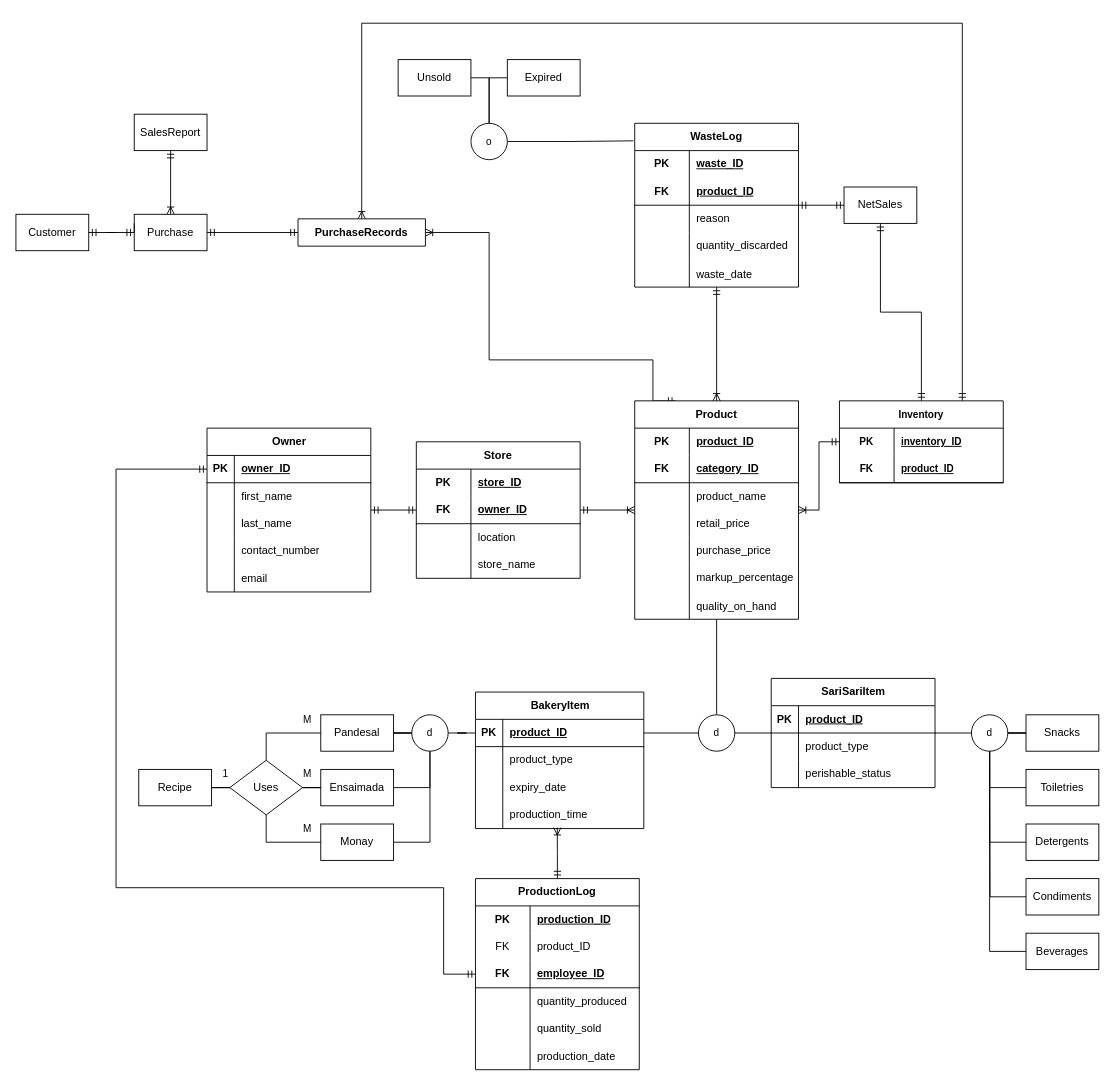
Above: Reworked ERD.drawio in ConnedMaster/ITS131P (draw.io), before the change. Source tidied: cells renumbered, new cells numbered last; positions are measured from the earlier drawing's top-left corner, leaving out a move shared by most shapes. Both pictures are drawn from the tidied source at 91%, with x=0, y=0 at pixel (15, 23).
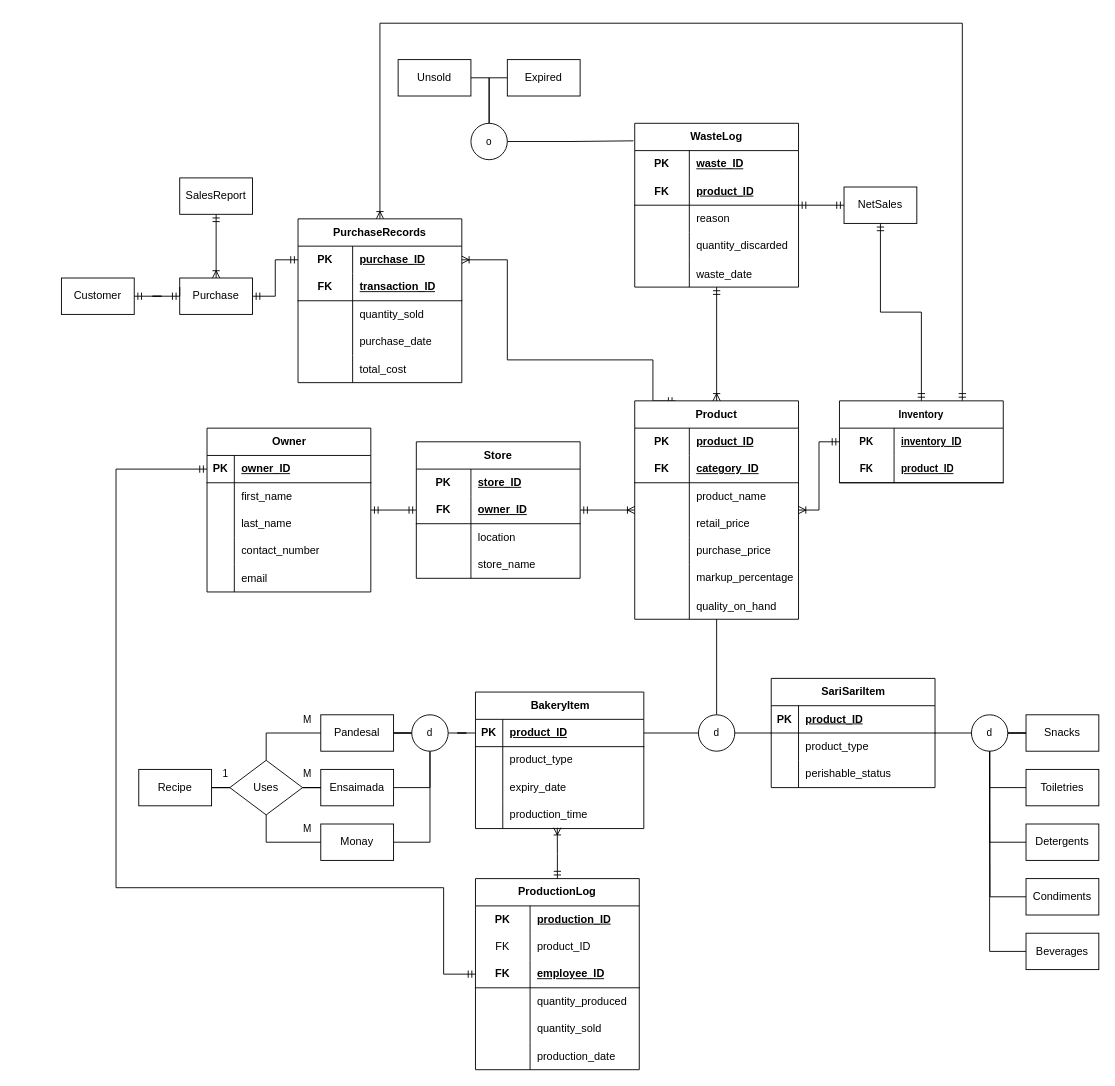
The same page after the edit.

Unchanged cells that the change refers to:
```xml
<mxCell id="60" value="Product" style="shape=table;startSize=30;childLayout=tableLayout;rowLines=0;fontStyle=1;align=center;html=1;whiteSpace=wrap;" parent="1" vertex="1">
  <mxGeometry x="680" y="415" width="180" height="240" as="geometry" />
</mxCell>
<mxCell id="160" value="Inventory" style="shape=table;startSize=30;childLayout=tableLayout;rowLines=0;fontStyle=1;align=center;html=1;whiteSpace=wrap;fontFamily=Helvetica;fontSize=11;fontColor=default;labelBackgroundColor=default;" parent="1" vertex="1">
  <mxGeometry x="905" y="415" width="180" height="90" as="geometry" />
</mxCell>
```

The edit, as a diff of the source:
```diff
@@
     <mxCell id="32" style="edgeStyle=orthogonalEdgeStyle;shape=connector;rounded=0;jettySize=auto;html=1;strokeColor=default;align=center;verticalAlign=middle;fontFamily=Helvetica;fontSize=11;fontColor=default;labelBackgroundColor=default;startFill=0;endArrow=ERmandOne;exitX=0.5;exitY=0;exitDx=0;exitDy=0;endFill=0;startArrow=ERoneToMany;entryX=0.75;entryY=0;entryDx=0;entryDy=0;" parent="1" edge="1" source="127" target="160">
       <mxGeometry relative="1" as="geometry">
         <Array as="points">
-          <mxPoint x="380" />
+          <mxPoint x="400" />
           <mxPoint x="1040" />
         </Array>
       </mxGeometry>
     </mxCell>
@@
     <mxCell id="34" value="Purchase" style="whiteSpace=wrap;html=1;align=center;" parent="1" vertex="1">
-      <mxGeometry x="130" y="210" width="80" height="40" as="geometry" />
+      <mxGeometry x="180" y="280" width="80" height="40" as="geometry" />
     </mxCell>
@@
     <mxCell id="36" value="Customer" style="whiteSpace=wrap;html=1;align=center;" parent="1" vertex="1">
-      <mxGeometry y="210" width="80" height="40" as="geometry" />
+      <mxGeometry x="50" y="280" width="80" height="40" as="geometry" />
     </mxCell>
@@
     <mxCell id="38" value="SalesReport" style="whiteSpace=wrap;html=1;align=center;" parent="1" vertex="1">
-      <mxGeometry x="130" y="100" width="80" height="40" as="geometry" />
+      <mxGeometry x="180" y="170" width="80" height="40" as="geometry" />
     </mxCell>
@@
-    <mxCell id="49" style="edgeStyle=orthogonalEdgeStyle;shape=connector;rounded=0;jettySize=auto;html=1;entryX=0.25;entryY=0;entryDx=0;entryDy=0;strokeColor=default;align=center;verticalAlign=middle;fontFamily=Helvetica;fontSize=11;fontColor=default;labelBackgroundColor=default;startFill=0;endArrow=ERmandOne;exitX=1;exitY=0.5;exitDx=0;exitDy=0;startArrow=ERoneToMany;endFill=0;" parent="1" edge="1" source="127" target="60">
+    <mxCell id="49" style="edgeStyle=orthogonalEdgeStyle;shape=connector;rounded=0;jettySize=auto;html=1;entryX=0.25;entryY=0;entryDx=0;entryDy=0;strokeColor=default;align=center;verticalAlign=middle;fontFamily=Helvetica;fontSize=11;fontColor=default;labelBackgroundColor=default;startFill=0;endArrow=ERmandOne;startArrow=ERoneToMany;endFill=0;exitX=1;exitY=0.5;exitDx=0;exitDy=0;" parent="1" edge="1" source="177" target="60">
       <mxGeometry relative="1" as="geometry">
         <Array as="points">
-          <mxPoint x="520" y="230" />
-          <mxPoint x="520" y="370" />
+          <mxPoint x="540" y="260" />
+          <mxPoint x="540" y="370" />
           <mxPoint x="700" y="370" />
+          <mxPoint x="700" y="415" />
         </Array>
       </mxGeometry>
     </mxCell>
@@
-    <mxCell id="127" value="PurchaseRecords" style="shape=table;startSize=30;childLayout=tableLayout;rowLines=0;fontStyle=1;align=center;html=1;whiteSpace=wrap;" parent="1" vertex="1" collapsed="1">
-      <mxGeometry x="310" y="215" width="140" height="30" as="geometry" />
+    <mxCell id="127" value="PurchaseRecords" style="shape=table;startSize=30;childLayout=tableLayout;rowLines=0;fontStyle=1;align=center;html=1;whiteSpace=wrap;" parent="1" vertex="1">
+      <mxGeometry x="310" y="215" width="180" height="180" as="geometry" />
     </mxCell>
+    <mxCell id="177" style="shape=tableRow;horizontal=0;startSize=0;swimlaneHead=0;swimlaneBody=0;fillColor=none;points=[[0,0.5],[1,0.5]];portConstraint=eastwest;top=0;left=0;right=0;bottom=0;html=1;" parent="127" vertex="1">
+      <mxGeometry y="30" width="180" height="30" as="geometry" />
+    </mxCell>
+    <mxCell id="178" value="PK" style="shape=partialRectangle;fillColor=none;top=0;left=0;bottom=0;right=0;fontStyle=1;overflow=hidden;html=1;whiteSpace=wrap;" parent="177" vertex="1">
+      <mxGeometry width="60" height="30" as="geometry" />
+    </mxCell>
+    <mxCell id="179" value="purchase_ID" style="shape=partialRectangle;fillColor=none;top=0;left=0;bottom=0;right=0;align=left;spacingLeft=6;fontStyle=5;overflow=hidden;html=1;whiteSpace=wrap;" parent="177" vertex="1">
+      <mxGeometry x="60" width="120" height="30" as="geometry" />
+    </mxCell>
+    <mxCell id="180" style="shape=tableRow;horizontal=0;startSize=0;swimlaneHead=0;swimlaneBody=0;fillColor=none;top=0;left=0;right=0;bottom=1;html=1;" parent="127" vertex="1">
+      <mxGeometry y="60" width="180" height="30" as="geometry" />
+    </mxCell>
+    <mxCell id="181" value="FK" style="shape=partialRectangle;fillColor=none;top=0;left=0;bottom=0;right=0;fontStyle=1;overflow=hidden;html=1;whiteSpace=wrap;" parent="180" vertex="1">
+      <mxGeometry width="60" height="30" as="geometry" />
+    </mxCell>
+    <mxCell id="182" value="transaction_ID" style="shape=partialRectangle;fillColor=none;top=0;left=0;bottom=0;right=0;align=left;spacingLeft=6;fontStyle=5;overflow=hidden;html=1;whiteSpace=wrap;" parent="180" vertex="1">
+      <mxGeometry x="60" width="120" height="30" as="geometry" />
+    </mxCell>
+    <mxCell id="183" style="shape=tableRow;horizontal=0;startSize=0;swimlaneHead=0;swimlaneBody=0;fillColor=none;top=0;left=0;right=0;bottom=0;html=1;" parent="127" vertex="1">
+      <mxGeometry y="90" width="180" height="30" as="geometry" />
+    </mxCell>
+    <mxCell id="184" style="shape=partialRectangle;fillColor=none;top=0;left=0;bottom=0;right=0;overflow=hidden;html=1;whiteSpace=wrap;" parent="183" vertex="1">
+      <mxGeometry width="60" height="30" as="geometry" />
+    </mxCell>
+    <mxCell id="185" value="quantity_sold" style="shape=partialRectangle;fillColor=none;top=0;left=0;bottom=0;right=0;align=left;spacingLeft=6;overflow=hidden;html=1;whiteSpace=wrap;" parent="183" vertex="1">
+      <mxGeometry x="60" width="120" height="30" as="geometry" />
+    </mxCell>
+    <mxCell id="186" style="shape=tableRow;horizontal=0;startSize=0;swimlaneHead=0;swimlaneBody=0;fillColor=none;top=0;left=0;right=0;bottom=0;html=1;" parent="127" vertex="1">
+      <mxGeometry y="120" width="180" height="30" as="geometry" />
+    </mxCell>
+    <mxCell id="187" style="shape=partialRectangle;fillColor=none;top=0;left=0;bottom=0;right=0;overflow=hidden;html=1;whiteSpace=wrap;" parent="186" vertex="1">
+      <mxGeometry width="60" height="30" as="geometry" />
+    </mxCell>
+    <mxCell id="188" value="purchase_date" style="shape=partialRectangle;fillColor=none;top=0;left=0;bottom=0;right=0;align=left;spacingLeft=6;overflow=hidden;html=1;whiteSpace=wrap;" parent="186" vertex="1">
+      <mxGeometry x="60" width="120" height="30" as="geometry" />
+    </mxCell>
+    <mxCell id="189" style="shape=tableRow;horizontal=0;startSize=0;swimlaneHead=0;swimlaneBody=0;fillColor=none;top=0;left=0;right=0;bottom=0;" parent="127" vertex="1">
+      <mxGeometry y="150" width="180" height="30" as="geometry" />
+    </mxCell>
+    <mxCell id="190" style="shape=partialRectangle;fillColor=none;top=0;left=0;bottom=0;right=0;overflow=hidden;" parent="189" vertex="1">
+      <mxGeometry width="60" height="30" as="geometry" />
+    </mxCell>
+    <mxCell id="191" value="total_cost" style="shape=partialRectangle;fillColor=none;top=0;left=0;bottom=0;right=0;align=left;spacingLeft=6;overflow=hidden;" parent="189" vertex="1">
+      <mxGeometry x="60" width="120" height="30" as="geometry" />
+    </mxCell>
@@
-    <mxCell id="168" style="fontSize=12;html=1;endArrow=ERmandOne;startArrow=ERmandOne;rounded=0;strokeColor=default;align=center;verticalAlign=middle;fontFamily=Helvetica;fontColor=default;labelBackgroundColor=default;entryX=1;entryY=0.5;entryDx=0;entryDy=0;exitX=0;exitY=0.5;exitDx=0;exitDy=0;edgeStyle=orthogonalEdgeStyle;" parent="1" edge="1" source="127" target="34">
+    <mxCell id="168" style="fontSize=12;html=1;endArrow=ERmandOne;startArrow=ERmandOne;rounded=0;strokeColor=default;align=center;verticalAlign=middle;fontFamily=Helvetica;fontColor=default;labelBackgroundColor=default;entryX=1;entryY=0.5;entryDx=0;entryDy=0;exitX=0;exitY=0.5;exitDx=0;exitDy=0;edgeStyle=orthogonalEdgeStyle;" parent="1" edge="1" source="177" target="34">
       <mxGeometry relative="1" as="geometry" />
     </mxCell>
```
